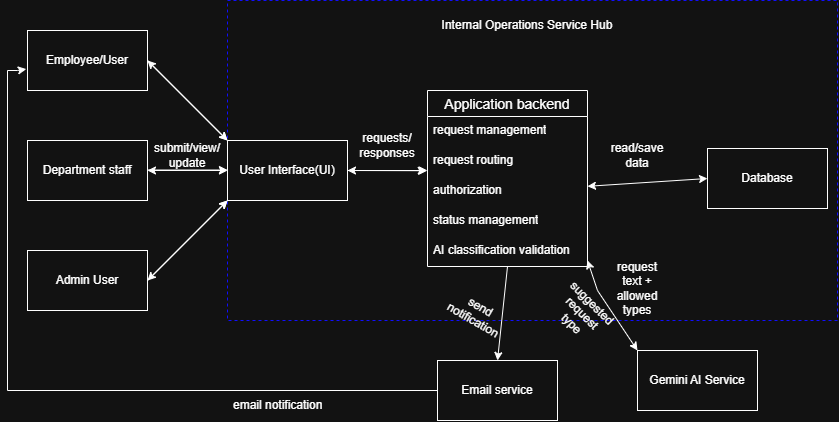
Before: docs/architecture-diagram.png, a diagram exported from draw.io (Rony-Ghassa/internal-operations-service-hub). Source tidied: cells renumbered, new cells last; positions are measured from the earlier drawing's top-left corner, leaving out a move shared by most shapes.
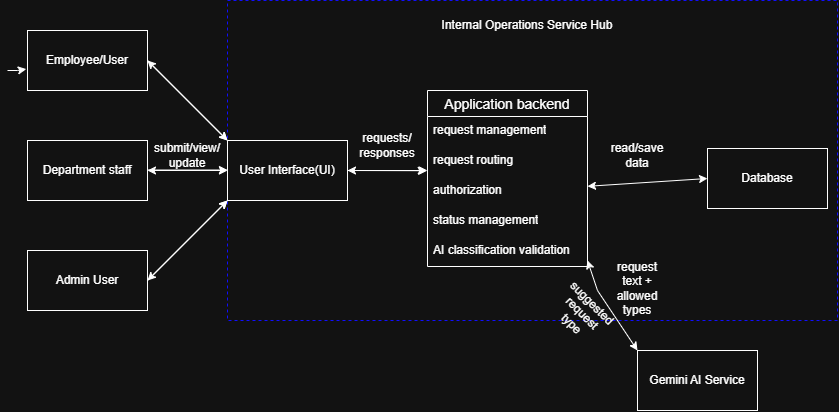
The same diagram one commit later.

Diff of the diagram source:
```diff
@@ -82,27 +82,6 @@
     <mxCell id="26" value="Internal Operations Service Hub" style="text;html=1;whiteSpace=wrap;strokeColor=none;fillColor=none;align=center;verticalAlign=middle;rounded=0;" parent="1" vertex="1">
       <mxGeometry x="385" y="10" width="270" height="30" as="geometry" />
     </mxCell>
-    <mxCell id="27" value="Email service" style="rounded=0;whiteSpace=wrap;html=1;" parent="1" vertex="1">
-      <mxGeometry x="430" y="360" width="120" height="60" as="geometry" />
-    </mxCell>
-    <mxCell id="28" style="endArrow=classic;html=1;rounded=0;exitX=0.5;exitY=1;exitDx=0;exitDy=0;entryX=0.5;entryY=0;entryDx=0;entryDy=0;" parent="1" edge="1" source="11" target="27">
-      <mxGeometry relative="1" as="geometry" />
-    </mxCell>
-    <mxCell id="29" value="send notification" style="text;html=1;whiteSpace=wrap;strokeColor=none;fillColor=none;align=center;verticalAlign=middle;rounded=0;rotation=30;" parent="1" vertex="1">
-      <mxGeometry x="440" y="303" width="60" height="20" as="geometry" />
-    </mxCell>
-    <mxCell id="30" style="endArrow=none;html=1;rounded=0;" parent="1" edge="1">
-      <mxGeometry relative="1" as="geometry">
-        <mxPoint y="390" as="sourcePoint" />
-        <mxPoint x="430" y="390" as="targetPoint" />
-      </mxGeometry>
-    </mxCell>
-    <mxCell id="31" style="endArrow=none;html=1;rounded=0;" parent="1" edge="1">
-      <mxGeometry relative="1" as="geometry">
-        <mxPoint y="390" as="sourcePoint" />
-        <mxPoint y="70" as="targetPoint" />
-      </mxGeometry>
-    </mxCell>
     <mxCell id="32" style="endArrow=classic;html=1;rounded=0;entryX=-0.01;entryY=0.643;entryDx=0;entryDy=0;entryPerimeter=0;" parent="1" edge="1" target="3">
       <mxGeometry relative="1" as="geometry">
         <mxPoint y="70" as="sourcePoint" />
@@ -111,9 +90,6 @@
         </Array>
       </mxGeometry>
     </mxCell>
-    <mxCell id="33" value="email notification" style="text;strokeColor=none;fillColor=none;align=left;verticalAlign=middle;spacingLeft=4;spacingRight=4;overflow=hidden;whiteSpace=wrap;html=1;" parent="1" vertex="1">
-      <mxGeometry x="220" y="390" width="110" height="30" as="geometry" />
-    </mxCell>
     <mxCell id="34" value="Gemini AI Service" style="rounded=0;whiteSpace=wrap;html=1;" parent="1" vertex="1">
       <mxGeometry x="630" y="350" width="120" height="60" as="geometry" />
     </mxCell>
```
